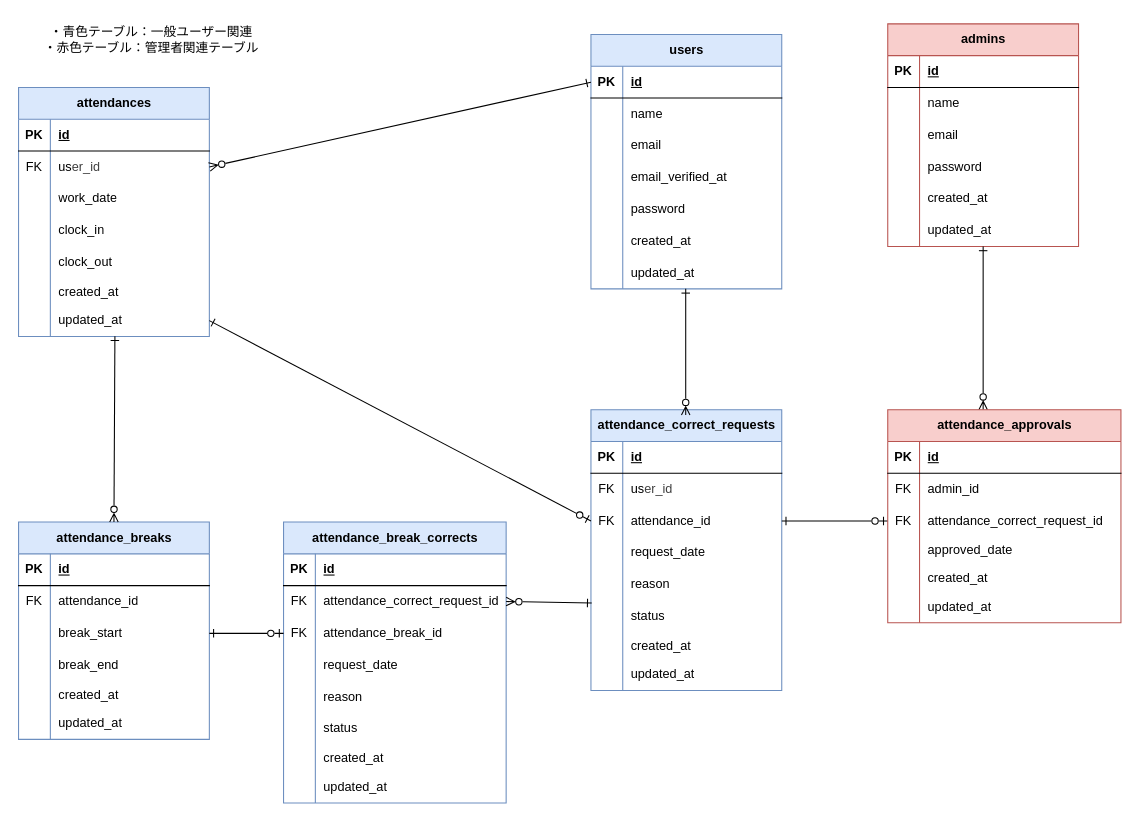
ai2525desu/attendance-management-app keeps this draw.io diagram as attendance-management-app.dio. Above is the earlier version. Source tidied: cells renumbered, new cells numbered last; positions are measured from the earlier drawing's top-left corner, leaving out a move shared by most shapes. Both pictures are drawn from the tidied source at 106%, with x=0, y=0 at pixel (18, 18).
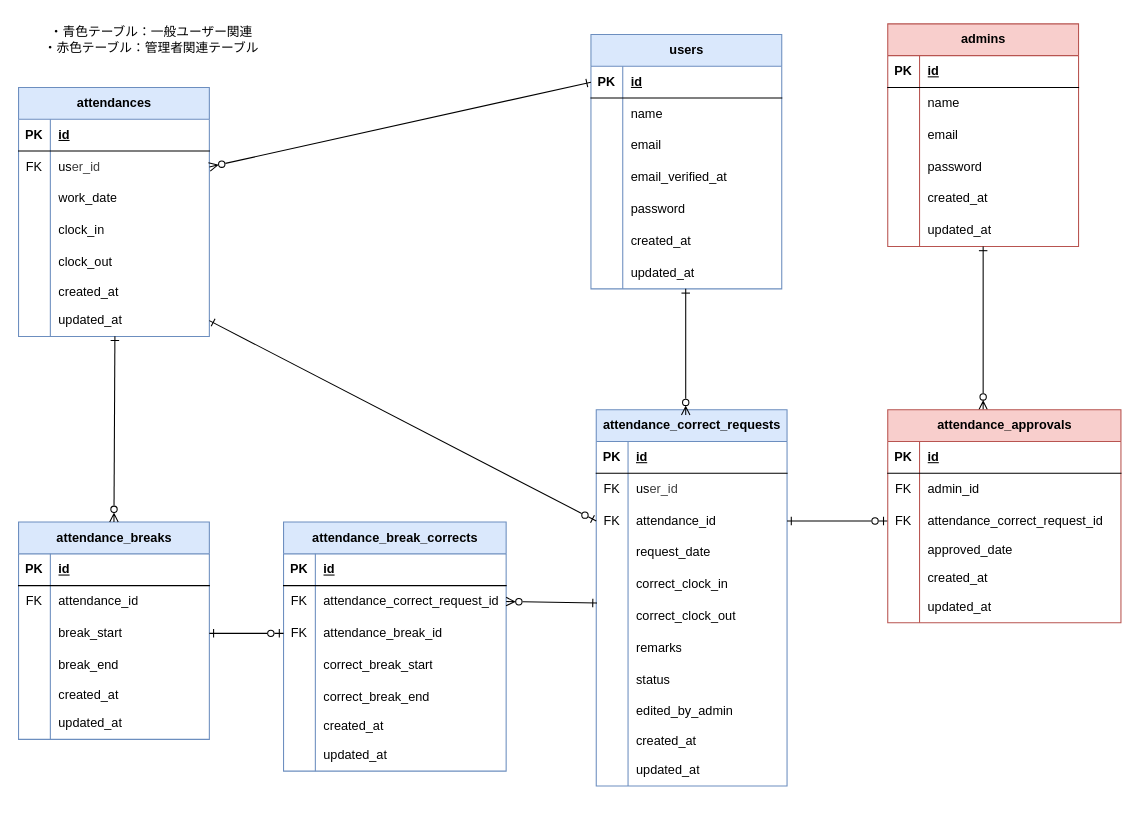
After the change.

Commit message (it also covers changes not shown here):
edited_by_adminのカラム追加によるER図修正

Unchanged cells that the change refers to:
```xml
<mxCell id="97" style="shape=tableRow;horizontal=0;startSize=0;swimlaneHead=0;swimlaneBody=0;fillColor=none;points=[[0,0.5],[1,0.5]];portConstraint=eastwest;top=0;left=0;right=0;bottom=0;" parent="84" vertex="1">
  <mxGeometry y="150" width="180" height="30" as="geometry" />
</mxCell>
<mxCell id="145" style="shape=tableRow;horizontal=0;startSize=0;swimlaneHead=0;swimlaneBody=0;fillColor=none;top=0;left=0;right=0;bottom=0;" parent="135" vertex="1">
  <mxGeometry y="120" width="210" height="30" as="geometry" />
</mxCell>
<mxCell id="148" style="shape=tableRow;horizontal=0;startSize=0;swimlaneHead=0;swimlaneBody=0;fillColor=none;top=0;left=0;right=0;bottom=0;" parent="135" vertex="1">
  <mxGeometry y="150" width="210" height="30" as="geometry" />
</mxCell>
```

Diff of the diagram source:
```diff
@@
     <mxCell id="84" value="attendance_correct_requests" style="shape=table;startSize=30;childLayout=tableLayout;rowLines=0;fontStyle=1;align=center;html=1;fillColor=#dae8fc;strokeColor=#6c8ebf;" parent="1" vertex="1">
-      <mxGeometry x="540" y="369" width="180" height="265" as="geometry" />
+      <mxGeometry x="545" y="369" width="180" height="355" as="geometry" />
     </mxCell>
@@
-    <mxCell id="99" value="reason" style="shape=partialRectangle;fillColor=none;top=0;left=0;bottom=0;right=0;align=left;spacingLeft=6;overflow=hidden;whiteSpace=wrap;html=1;" parent="97" vertex="1">
+    <mxCell id="99" value="correct_clock_in" style="shape=partialRectangle;fillColor=none;top=0;left=0;bottom=0;right=0;align=left;spacingLeft=6;overflow=hidden;whiteSpace=wrap;html=1;" parent="97" vertex="1">
       <mxGeometry x="30" width="150" height="30" as="geometry" />
     </mxCell>
+    <mxCell id="162" style="shape=tableRow;horizontal=0;startSize=0;swimlaneHead=0;swimlaneBody=0;fillColor=none;top=0;left=0;right=0;bottom=0;" parent="84" vertex="1">
+      <mxGeometry y="180" width="180" height="30" as="geometry" />
+    </mxCell>
+    <mxCell id="163" style="shape=partialRectangle;fillColor=none;top=0;left=0;bottom=0;right=0;overflow=hidden;whiteSpace=wrap;html=1;" parent="162" vertex="1">
+      <mxGeometry width="30" height="30" as="geometry" />
+    </mxCell>
+    <mxCell id="164" value="correct_clock_out" style="shape=partialRectangle;fillColor=none;top=0;left=0;bottom=0;right=0;align=left;spacingLeft=6;overflow=hidden;whiteSpace=wrap;html=1;" parent="162" vertex="1">
+      <mxGeometry x="30" width="150" height="30" as="geometry" />
+    </mxCell>
+    <mxCell id="165" style="shape=tableRow;horizontal=0;startSize=0;swimlaneHead=0;swimlaneBody=0;fillColor=none;top=0;left=0;right=0;bottom=0;" parent="84" vertex="1">
+      <mxGeometry y="210" width="180" height="30" as="geometry" />
+    </mxCell>
+    <mxCell id="166" style="shape=partialRectangle;fillColor=none;top=0;left=0;bottom=0;right=0;overflow=hidden;whiteSpace=wrap;html=1;" parent="165" vertex="1">
+      <mxGeometry width="30" height="30" as="geometry" />
+    </mxCell>
+    <mxCell id="167" value="remarks" style="shape=partialRectangle;fillColor=none;top=0;left=0;bottom=0;right=0;align=left;spacingLeft=6;overflow=hidden;whiteSpace=wrap;html=1;" parent="165" vertex="1">
+      <mxGeometry x="30" width="150" height="30" as="geometry" />
+    </mxCell>
     <mxCell id="100" style="shape=tableRow;horizontal=0;startSize=0;swimlaneHead=0;swimlaneBody=0;fillColor=none;top=0;left=0;right=0;bottom=0;" parent="84" vertex="1">
-      <mxGeometry y="180" width="180" height="30" as="geometry" />
+      <mxGeometry y="240" width="180" height="30" as="geometry" />
     </mxCell>
@@
+    <mxCell id="168" style="shape=tableRow;horizontal=0;startSize=0;swimlaneHead=0;swimlaneBody=0;fillColor=none;top=0;left=0;right=0;bottom=0;" parent="84" vertex="1">
+      <mxGeometry y="270" width="180" height="30" as="geometry" />
+    </mxCell>
+    <mxCell id="169" style="shape=partialRectangle;fillColor=none;top=0;left=0;bottom=0;right=0;overflow=hidden;whiteSpace=wrap;html=1;" parent="168" vertex="1">
+      <mxGeometry width="30" height="30" as="geometry" />
+    </mxCell>
+    <mxCell id="170" value="edited_by_admin" style="shape=partialRectangle;fillColor=none;top=0;left=0;bottom=0;right=0;align=left;spacingLeft=6;overflow=hidden;whiteSpace=wrap;html=1;" parent="168" vertex="1">
+      <mxGeometry x="30" width="150" height="30" as="geometry" />
+    </mxCell>
     <mxCell id="103" style="shape=tableRow;horizontal=0;startSize=0;swimlaneHead=0;swimlaneBody=0;fillColor=none;top=0;left=0;right=0;bottom=0;" parent="84" vertex="1">
-      <mxGeometry y="210" width="180" height="25" as="geometry" />
+      <mxGeometry y="300" width="180" height="25" as="geometry" />
     </mxCell>
@@
     <mxCell id="106" style="shape=tableRow;horizontal=0;startSize=0;swimlaneHead=0;swimlaneBody=0;fillColor=none;top=0;left=0;right=0;bottom=0;" parent="84" vertex="1">
-      <mxGeometry y="235" width="180" height="30" as="geometry" />
+      <mxGeometry y="325" width="180" height="30" as="geometry" />
     </mxCell>
@@
     <mxCell id="135" value="attendance_break_corrects" style="shape=table;startSize=30;childLayout=tableLayout;rowLines=0;fontStyle=1;align=center;html=1;fillColor=#dae8fc;strokeColor=#6c8ebf;" parent="1" vertex="1">
-      <mxGeometry x="250" y="475" width="210" height="265" as="geometry" />
+      <mxGeometry x="250" y="475" width="210" height="235" as="geometry" />
     </mxCell>
@@
-    <mxCell id="147" value="request_date" style="shape=partialRectangle;fillColor=none;top=0;left=0;bottom=0;right=0;align=left;spacingLeft=6;overflow=hidden;whiteSpace=wrap;html=1;" parent="145" vertex="1">
+    <mxCell id="147" value="correct_break_start" style="shape=partialRectangle;fillColor=none;top=0;left=0;bottom=0;right=0;align=left;spacingLeft=6;overflow=hidden;whiteSpace=wrap;html=1;" parent="145" vertex="1">
       <mxGeometry x="30" width="180" height="30" as="geometry" />
     </mxCell>
@@
-    <mxCell id="150" value="reason" style="shape=partialRectangle;fillColor=none;top=0;left=0;bottom=0;right=0;align=left;spacingLeft=6;overflow=hidden;whiteSpace=wrap;html=1;" parent="148" vertex="1">
+    <mxCell id="150" value="correct_break_end" style="shape=partialRectangle;fillColor=none;top=0;left=0;bottom=0;right=0;align=left;spacingLeft=6;overflow=hidden;whiteSpace=wrap;html=1;" parent="148" vertex="1">
       <mxGeometry x="30" width="180" height="30" as="geometry" />
     </mxCell>
-    <mxCell id="151" style="shape=tableRow;horizontal=0;startSize=0;swimlaneHead=0;swimlaneBody=0;fillColor=none;top=0;left=0;right=0;bottom=0;" parent="135" vertex="1">
-      <mxGeometry y="180" width="210" height="30" as="geometry" />
-    </mxCell>
-    <mxCell id="152" style="shape=partialRectangle;fillColor=none;top=0;left=0;bottom=0;right=0;overflow=hidden;whiteSpace=wrap;html=1;" parent="151" vertex="1">
-      <mxGeometry width="30" height="30" as="geometry" />
-    </mxCell>
-    <mxCell id="153" value="status" style="shape=partialRectangle;fillColor=none;top=0;left=0;bottom=0;right=0;align=left;spacingLeft=6;overflow=hidden;whiteSpace=wrap;html=1;" parent="151" vertex="1">
-      <mxGeometry x="30" width="180" height="30" as="geometry" />
-    </mxCell>
     <mxCell id="154" style="shape=tableRow;horizontal=0;startSize=0;swimlaneHead=0;swimlaneBody=0;fillColor=none;top=0;left=0;right=0;bottom=0;" parent="135" vertex="1">
-      <mxGeometry y="210" width="210" height="25" as="geometry" />
+      <mxGeometry y="180" width="210" height="25" as="geometry" />
     </mxCell>
@@
     <mxCell id="157" style="shape=tableRow;horizontal=0;startSize=0;swimlaneHead=0;swimlaneBody=0;fillColor=none;top=0;left=0;right=0;bottom=0;" parent="135" vertex="1">
-      <mxGeometry y="235" width="210" height="30" as="geometry" />
+      <mxGeometry y="205" width="210" height="30" as="geometry" />
     </mxCell>
```
